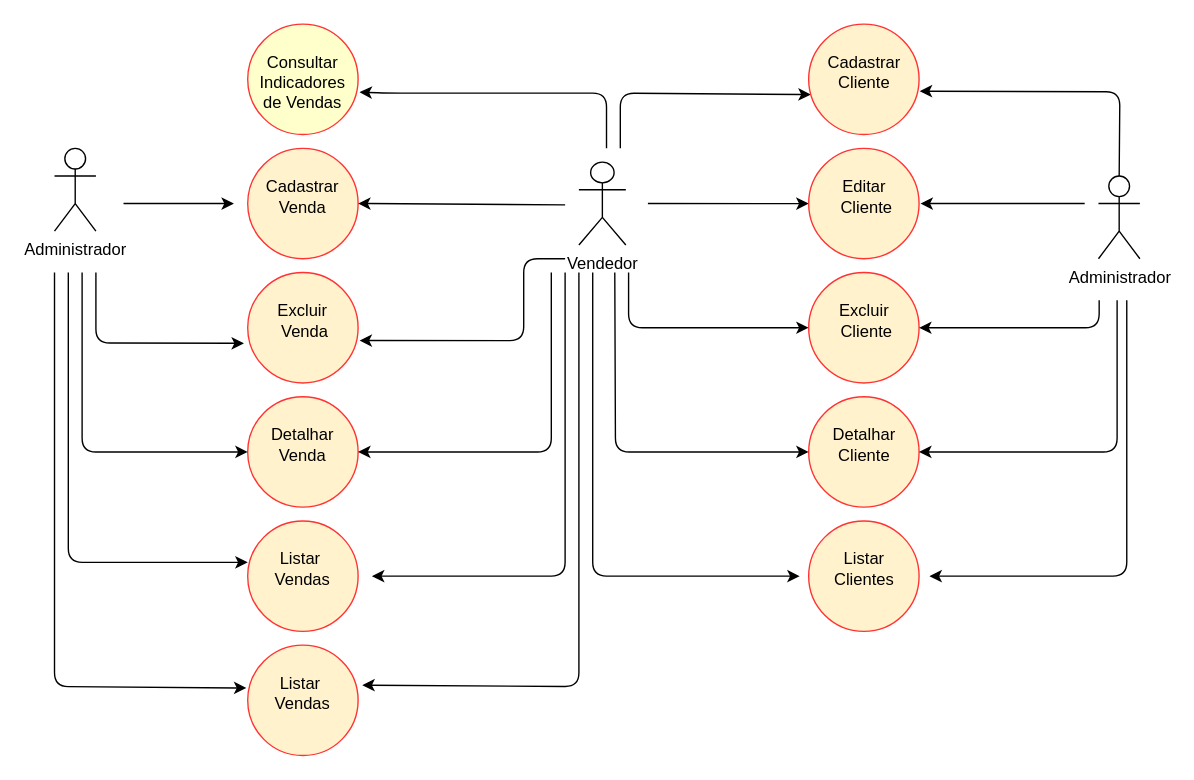
adjamirgalvao/pucminas keeps this draw.io diagram as page "Vendedor" (2 of 7) of projeto/documentacao/Diagrama de casos de uso.drawio. Above is the earlier version. Source tidied: cells renumbered, new cells numbered last; positions are measured from the earlier drawing's top-left corner, leaving out a move shared by most shapes. Both pictures are drawn from the tidied source at 138%, with x=0, y=0 at pixel (54, 23).
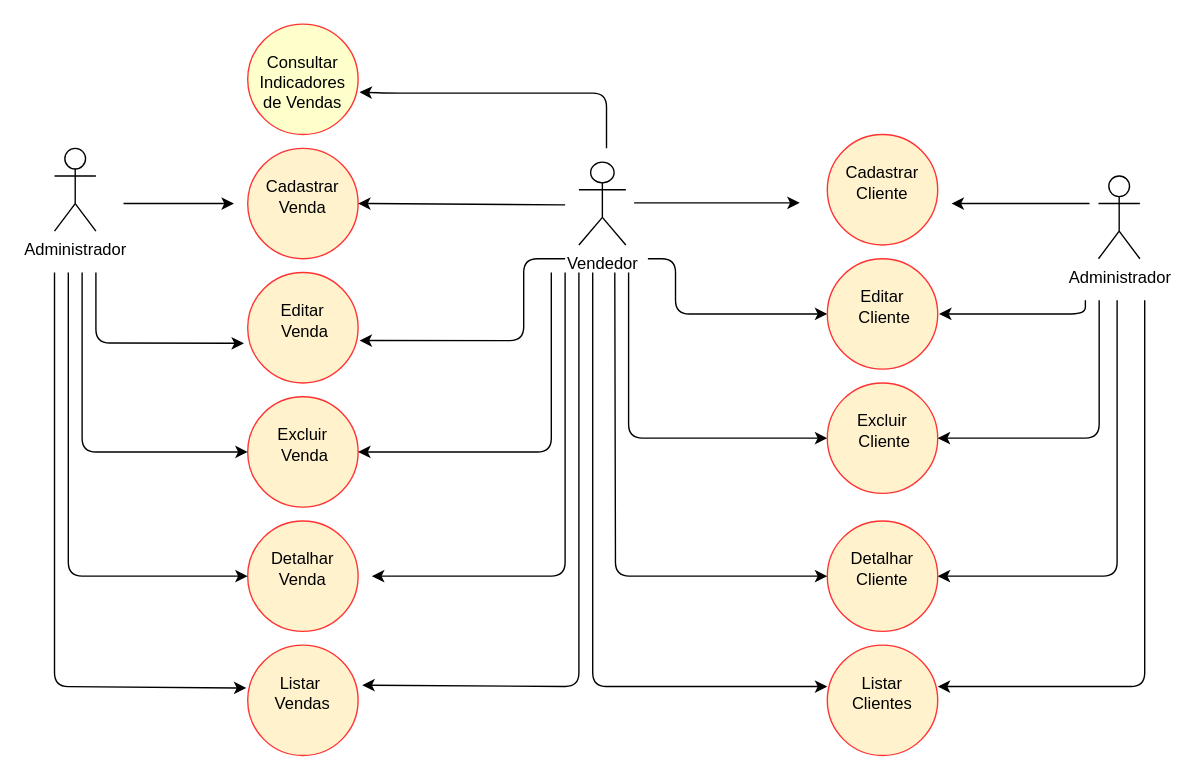
After the change.

Unchanged cells that the change refers to:
```xml
<mxCell id="11" value="Administrador" style="shape=umlActor;verticalLabelPosition=bottom;verticalAlign=top;html=1;outlineConnect=0;" parent="1" vertex="1">
  <mxGeometry x="756.5" y="110" width="30" height="60" as="geometry" />
</mxCell>
```

The edit, as a diff of the source:
```diff
@@
-    <mxCell id="2" style="edgeStyle=orthogonalEdgeStyle;rounded=1;jettySize=auto;html=1;endArrow=classic;endFill=1;sourcePerimeterSpacing=0;targetPerimeterSpacing=0;entryX=0.019;entryY=0.638;entryDx=0;entryDy=0;entryPerimeter=0;" parent="1" edge="1" target="5">
+    <mxCell id="2" style="edgeStyle=orthogonalEdgeStyle;rounded=1;orthogonalLoop=1;jettySize=auto;html=1;endArrow=classic;endFill=1;sourcePerimeterSpacing=0;targetPerimeterSpacing=0;" parent="1" edge="1">
       <mxGeometry relative="1" as="geometry">
-        <mxPoint x="410" y="90" as="sourcePoint" />
-        <Array as="points">
-          <mxPoint x="410" y="50" />
-        </Array>
+        <mxPoint x="420" y="129.5" as="sourcePoint" />
+        <mxPoint x="540" y="129.5" as="targetPoint" />
       </mxGeometry>
     </mxCell>
     <mxCell id="3" style="edgeStyle=orthogonalEdgeStyle;rounded=1;jettySize=auto;html=1;endArrow=classic;endFill=1;sourcePerimeterSpacing=0;targetPerimeterSpacing=0;startArrow=none;startFill=0;jumpStyle=arc;entryX=0;entryY=0.5;entryDx=0;entryDy=0;" parent="1" edge="1" target="6">
       <mxGeometry relative="1" as="geometry">
-        <mxPoint x="430" y="130" as="sourcePoint" />
+        <mxPoint x="430" y="170" as="sourcePoint" />
+        <Array as="points">
+          <mxPoint x="450" y="170" />
+          <mxPoint x="450" y="210" />
+        </Array>
       </mxGeometry>
     </mxCell>
@@
     <mxCell id="5" value="&lt;br&gt;Cadastrar Cliente" style="ellipse;whiteSpace=wrap;html=1;verticalAlign=top;fillColor=#fff2cc;strokeColor=#FF3333;" parent="1" vertex="1">
-      <mxGeometry x="546.5" width="80" height="80" as="geometry" />
+      <mxGeometry x="560" y="80" width="80" height="80" as="geometry" />
     </mxCell>
     <mxCell id="6" value="&lt;br&gt;Editar&lt;br&gt;&amp;nbsp;Cliente" style="ellipse;whiteSpace=wrap;html=1;verticalAlign=top;fillColor=#fff2cc;strokeColor=#FF3333;" parent="1" vertex="1">
-      <mxGeometry x="546.5" y="90" width="80" height="80" as="geometry" />
+      <mxGeometry x="560" y="170" width="80" height="80" as="geometry" />
     </mxCell>
     <mxCell id="7" style="edgeStyle=orthogonalEdgeStyle;rounded=1;jettySize=auto;html=1;endArrow=classic;endFill=1;sourcePerimeterSpacing=24;targetPerimeterSpacing=0;startArrow=none;startFill=0;jumpStyle=arc;entryX=0;entryY=0.5;entryDx=0;entryDy=0;" parent="1" edge="1" target="8">
       <mxGeometry relative="1" as="geometry">
         <mxPoint x="416" y="180" as="sourcePoint" />
         <Array as="points">
-          <mxPoint x="416" y="220" />
+          <mxPoint x="416" y="300" />
+          <mxPoint x="560" y="300" />
         </Array>
       </mxGeometry>
     </mxCell>
     <mxCell id="8" value="&lt;br&gt;Excluir&lt;br&gt;&amp;nbsp;Cliente" style="ellipse;whiteSpace=wrap;html=1;verticalAlign=top;fillColor=#fff2cc;strokeColor=#FF3333;" parent="1" vertex="1">
-      <mxGeometry x="546.5" y="180" width="80" height="80" as="geometry" />
+      <mxGeometry x="560" y="260" width="80" height="80" as="geometry" />
     </mxCell>
     <mxCell id="9" value="&lt;br&gt;Detalhar&lt;br&gt;Cliente" style="ellipse;whiteSpace=wrap;html=1;verticalAlign=top;fillColor=#fff2cc;strokeColor=#FF3333;" parent="1" vertex="1">
-      <mxGeometry x="546.5" y="270" width="80" height="80" as="geometry" />
+      <mxGeometry x="560" y="360" width="80" height="80" as="geometry" />
     </mxCell>
@@
-    <mxCell id="12" style="endArrow=classic;html=1;rounded=1;sourcePerimeterSpacing=-1;targetPerimeterSpacing=8;jumpStyle=arc;entryX=1.006;entryY=0.607;entryDx=0;entryDy=0;exitX=0.5;exitY=0;exitDx=0;exitDy=0;exitPerimeter=0;entryPerimeter=0;" parent="1" edge="1" source="11" target="5">
+    <mxCell id="12" style="endArrow=classic;html=1;rounded=1;sourcePerimeterSpacing=-1;targetPerimeterSpacing=8;jumpStyle=arc;" parent="1" edge="1">
       <mxGeometry relative="1" as="geometry">
-        <Array as="points">
-          <mxPoint x="772" y="49" />
-          <mxPoint x="730" y="49" />
-        </Array>
+        <mxPoint x="750" y="130" as="sourcePoint" />
+        <mxPoint x="650" y="130" as="targetPoint" />
       </mxGeometry>
     </mxCell>
     <mxCell id="13" style="endArrow=classic;html=1;rounded=1;sourcePerimeterSpacing=-1;targetPerimeterSpacing=1;jumpStyle=arc;" parent="1" edge="1" target="6">
       <mxGeometry relative="1" as="geometry">
-        <mxPoint x="746.5" y="130" as="sourcePoint" />
+        <mxPoint x="747" y="200" as="sourcePoint" />
+        <Array as="points">
+          <mxPoint x="747" y="210" />
+        </Array>
       </mxGeometry>
     </mxCell>
     <mxCell id="14" style="endArrow=classic;html=1;rounded=1;sourcePerimeterSpacing=8;targetPerimeterSpacing=15;jumpStyle=arc;entryX=1;entryY=0.5;entryDx=0;entryDy=0;" parent="1" edge="1" target="8">
       <mxGeometry relative="1" as="geometry">
         <mxPoint x="757" y="200" as="sourcePoint" />
         <Array as="points">
           <mxPoint x="757" y="220" />
-          <mxPoint x="710" y="220" />
+          <mxPoint x="757" y="300" />
+          <mxPoint x="720" y="300" />
         </Array>
       </mxGeometry>
     </mxCell>
@@
-    <mxCell id="16" value="&lt;br&gt;Detalhar&lt;br&gt;Venda" style="ellipse;whiteSpace=wrap;html=1;verticalAlign=top;fillColor=#FFF2CC;strokeColor=#FF3333;" parent="1" vertex="1">
+    <mxCell id="16" value="&lt;br style=&quot;border-color: var(--border-color);&quot;&gt;Excluir&lt;br style=&quot;border-color: var(--border-color);&quot;&gt;&amp;nbsp;Venda" style="ellipse;whiteSpace=wrap;html=1;verticalAlign=top;fillColor=#FFF2CC;strokeColor=#FF3333;" parent="1" vertex="1">
       <mxGeometry x="140" y="270" width="80" height="80" as="geometry" />
     </mxCell>
-    <mxCell id="17" value="&lt;br&gt;Excluir&lt;br&gt;&amp;nbsp;Venda" style="ellipse;whiteSpace=wrap;html=1;verticalAlign=top;fillColor=#FFF2CC;strokeColor=#FF3333;" parent="1" vertex="1">
+    <mxCell id="17" value="&lt;br style=&quot;border-color: var(--border-color);&quot;&gt;Editar&lt;br style=&quot;border-color: var(--border-color);&quot;&gt;&amp;nbsp;Venda" style="ellipse;whiteSpace=wrap;html=1;verticalAlign=top;fillColor=#FFF2CC;strokeColor=#FF3333;" parent="1" vertex="1">
       <mxGeometry x="140" y="180" width="80" height="80" as="geometry" />
     </mxCell>
@@
     <mxCell id="28" value="&lt;br&gt;Listar &lt;br&gt;Clientes" style="ellipse;whiteSpace=wrap;html=1;verticalAlign=top;fillColor=#fff2cc;strokeColor=#FF3333;" parent="1" vertex="1">
-      <mxGeometry x="546.5" y="360" width="80" height="80" as="geometry" />
+      <mxGeometry x="560" y="450" width="80" height="80" as="geometry" />
     </mxCell>
     <mxCell id="29" style="edgeStyle=orthogonalEdgeStyle;rounded=1;orthogonalLoop=1;jettySize=auto;html=1;endArrow=classic;endFill=1;sourcePerimeterSpacing=24;targetPerimeterSpacing=0;startArrow=none;startFill=0;jumpStyle=arc;" parent="1" edge="1">
       <mxGeometry relative="1" as="geometry">
-        <mxPoint x="777" y="200" as="sourcePoint" />
-        <mxPoint x="634" y="400" as="targetPoint" />
+        <mxPoint x="790" y="200" as="sourcePoint" />
+        <mxPoint x="640" y="480" as="targetPoint" />
         <Array as="points">
-          <mxPoint x="777" y="400" />
-          <mxPoint x="634" y="400" />
+          <mxPoint x="790" y="200" />
+          <mxPoint x="790" y="480" />
         </Array>
       </mxGeometry>
     </mxCell>
-    <mxCell id="30" style="edgeStyle=orthogonalEdgeStyle;rounded=1;orthogonalLoop=1;jettySize=auto;html=1;endArrow=classic;endFill=1;sourcePerimeterSpacing=24;targetPerimeterSpacing=0;startArrow=none;startFill=0;jumpStyle=arc;" parent="1" edge="1">
+    <mxCell id="30" style="edgeStyle=orthogonalEdgeStyle;rounded=1;jettySize=auto;html=1;endArrow=classic;endFill=1;sourcePerimeterSpacing=24;targetPerimeterSpacing=0;startArrow=none;startFill=0;jumpStyle=arc;entryX=0;entryY=0.375;entryDx=0;entryDy=0;entryPerimeter=0;" parent="1" edge="1" target="28">
       <mxGeometry relative="1" as="geometry">
         <mxPoint x="390" y="180" as="sourcePoint" />
-        <mxPoint x="540" y="400" as="targetPoint" />
         <Array as="points">
-          <mxPoint x="390" y="180" />
-          <mxPoint x="390" y="400" />
+          <mxPoint x="390" y="480" />
         </Array>
       </mxGeometry>
     </mxCell>
-    <mxCell id="31" value="&lt;br&gt;Listar&amp;nbsp;&lt;br&gt;Vendas" style="ellipse;whiteSpace=wrap;html=1;verticalAlign=top;fillColor=#fff2cc;strokeColor=#FF3333;" parent="1" vertex="1">
+    <mxCell id="31" value="&lt;br style=&quot;border-color: var(--border-color);&quot;&gt;Detalhar&lt;br style=&quot;border-color: var(--border-color);&quot;&gt;Venda" style="ellipse;whiteSpace=wrap;html=1;verticalAlign=top;fillColor=#fff2cc;strokeColor=#FF3333;" parent="1" vertex="1">
       <mxGeometry x="140" y="360" width="80" height="80" as="geometry" />
     </mxCell>
@@
-    <mxCell id="33" style="edgeStyle=orthogonalEdgeStyle;rounded=1;jettySize=auto;html=1;endArrow=classic;endFill=1;sourcePerimeterSpacing=24;targetPerimeterSpacing=0;startArrow=none;startFill=0;jumpStyle=arc;entryX=0;entryY=0.375;entryDx=0;entryDy=0;entryPerimeter=0;" parent="1" edge="1" target="31">
+    <mxCell id="33" style="edgeStyle=orthogonalEdgeStyle;rounded=1;jettySize=auto;html=1;endArrow=classic;endFill=1;sourcePerimeterSpacing=24;targetPerimeterSpacing=0;startArrow=none;startFill=0;jumpStyle=arc;entryX=0;entryY=0.5;entryDx=0;entryDy=0;" parent="1" edge="1" target="31">
       <mxGeometry relative="1" as="geometry">
         <mxPoint x="10" y="180" as="sourcePoint" />
         <Array as="points">
-          <mxPoint x="10" y="390" />
+          <mxPoint x="10" y="400" />
         </Array>
       </mxGeometry>
     </mxCell>
```
